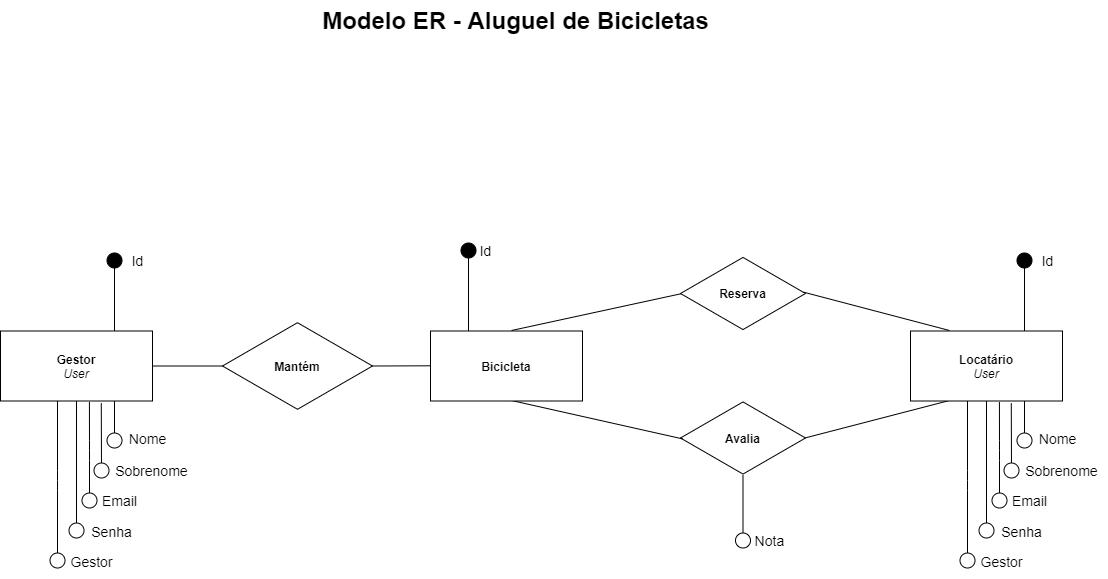
Earlier version of the draw.io export docs/img/diagramas/modelo-er.drawio.png (renemennab/projeto-aluguel-de-bicicleta-mobile). Source tidied: cells renumbered, new cells last; positions are measured from the earlier drawing's top-left corner, leaving out a move shared by most shapes.
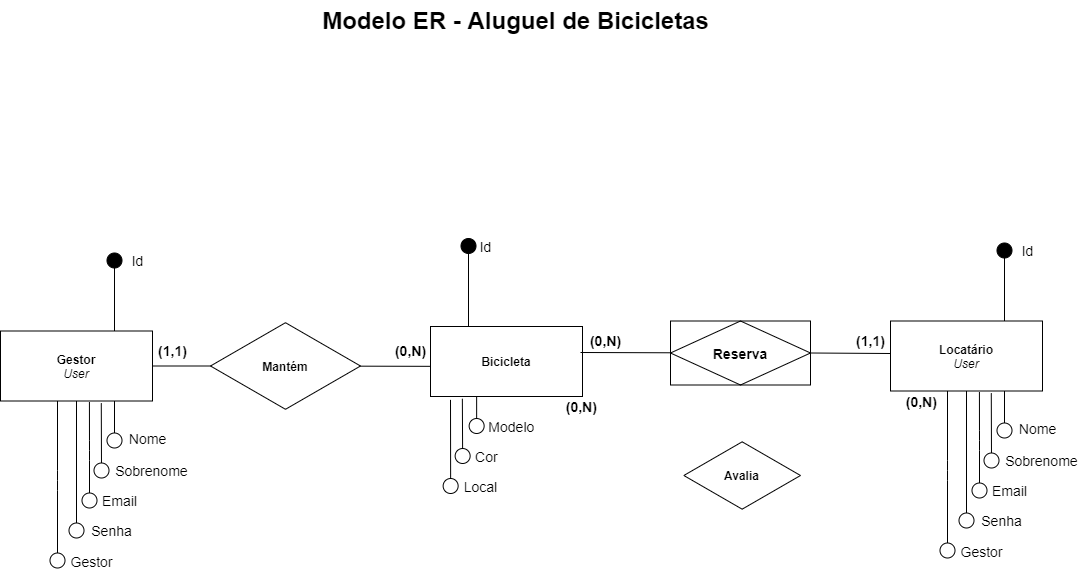
Later version of the same file.

Commit message:
add reserva modelo er

Change to the diagram source:
```diff
@@ -2,43 +2,18 @@
   <root>
     <mxCell id="0" />
     <mxCell id="1" parent="0" />
-    <mxCell id="2" style="edgeStyle=none;html=1;entryX=1;entryY=0.5;entryDx=0;entryDy=0;entryPerimeter=0;endArrow=none;endFill=0;" parent="1" edge="1" target="9">
-      <mxGeometry relative="1" as="geometry">
-        <mxPoint x="442" y="365.2" as="sourcePoint" />
-      </mxGeometry>
-    </mxCell>
-    <mxCell id="3" style="edgeStyle=none;html=1;entryX=0.008;entryY=0.502;entryDx=0;entryDy=0;entryPerimeter=0;endArrow=none;endFill=0;exitX=0.5;exitY=0;exitDx=0;exitDy=0;" parent="1" edge="1" target="10">
-      <mxGeometry relative="1" as="geometry">
-        <mxPoint x="511" y="330" as="sourcePoint" />
-      </mxGeometry>
-    </mxCell>
-    <mxCell id="4" style="edgeStyle=none;html=1;exitX=0.5;exitY=1;exitDx=0;exitDy=0;entryX=0.017;entryY=0.512;entryDx=0;entryDy=0;entryPerimeter=0;endArrow=none;endFill=0;" parent="1" edge="1" target="43">
-      <mxGeometry relative="1" as="geometry">
-        <mxPoint x="511" y="400" as="sourcePoint" />
-      </mxGeometry>
-    </mxCell>
-    <mxCell id="5" style="edgeStyle=none;html=1;entryX=1.002;entryY=0.497;entryDx=0;entryDy=0;entryPerimeter=0;endArrow=none;endFill=0;exitX=0.5;exitY=1;exitDx=0;exitDy=0;" parent="1" edge="1" target="43">
-      <mxGeometry relative="1" as="geometry">
-        <mxPoint x="949" y="400" as="sourcePoint" />
-      </mxGeometry>
-    </mxCell>
-    <mxCell id="6" style="edgeStyle=none;html=1;exitX=0.5;exitY=0;exitDx=0;exitDy=0;endArrow=none;endFill=0;entryX=0.984;entryY=0.482;entryDx=0;entryDy=0;entryPerimeter=0;" parent="1" edge="1" target="10">
-      <mxGeometry relative="1" as="geometry">
-        <mxPoint x="949" y="330" as="sourcePoint" />
-      </mxGeometry>
-    </mxCell>
     <mxCell id="7" value="Modelo ER - Aluguel de Bicicletas" style="text;strokeColor=none;fillColor=none;html=1;fontSize=24;fontStyle=1;verticalAlign=middle;align=center;" parent="1" vertex="1">
       <mxGeometry x="465" width="100" height="40" as="geometry" />
     </mxCell>
-    <mxCell id="8" style="edgeStyle=none;html=1;entryX=1;entryY=0.5;entryDx=0;entryDy=0;endArrow=none;endFill=0;" parent="1" edge="1" source="9" target="22">
+    <mxCell id="8" style="edgeStyle=none;html=1;entryX=1;entryY=0.5;entryDx=0;entryDy=0;fontSize=14;endArrow=none;endFill=0;endSize=15;" parent="1" edge="1" source="9" target="22">
       <mxGeometry relative="1" as="geometry" />
     </mxCell>
+    <mxCell id="48" style="edgeStyle=none;html=1;entryX=0.009;entryY=0.569;entryDx=0;entryDy=0;entryPerimeter=0;fontSize=14;endArrow=none;endFill=0;endSize=15;" parent="1" edge="1" source="9" target="45">
+      <mxGeometry relative="1" as="geometry" />
+    </mxCell>
     <mxCell id="9" value="&lt;b&gt;Mantém&lt;/b&gt;" style="html=1;whiteSpace=wrap;shape=isoRectangle;fillColor=none;strokeColor=default;" parent="1" vertex="1">
-      <mxGeometry x="222" y="320.5" width="150" height="90" as="geometry" />
+      <mxGeometry x="210" y="320.5" width="150" height="90" as="geometry" />
     </mxCell>
-    <mxCell id="10" value="&lt;b&gt;Reserva&lt;/b&gt;" style="html=1;whiteSpace=wrap;shape=isoRectangle;fillColor=none;strokeColor=default;" parent="1" vertex="1">
-      <mxGeometry x="680" y="255.5" width="125" height="75" as="geometry" />
-    </mxCell>
     <mxCell id="11" style="group;" parent="1" vertex="1">
       <mxGeometry y="250" width="197" height="280" as="geometry" />
     </mxCell>
@@ -106,14 +81,14 @@
     <mxCell id="25" value="&amp;nbsp; Email" style="text;html=1;align=center;verticalAlign=middle;strokeColor=none;fillColor=none;fontSize=14;" parent="13" vertex="1">
       <mxGeometry x="85" y="240" width="60" height="20" as="geometry" />
     </mxCell>
+    <mxCell id="49" value="&lt;b&gt;&lt;font style=&quot;font-size: 14px&quot;&gt;(1,1)&lt;/font&gt;&lt;/b&gt;" style="text;html=1;align=center;verticalAlign=middle;strokeColor=none;fillColor=none;fontSize=14;" parent="11" vertex="1">
+      <mxGeometry x="152" y="90" width="40" height="20" as="geometry" />
+    </mxCell>
     <mxCell id="26" style="group;" parent="1" vertex="1">
-      <mxGeometry x="910" y="250" width="197" height="280" as="geometry" />
+      <mxGeometry x="810" y="250" width="277" height="280" as="geometry" />
     </mxCell>
-    <mxCell id="27" value="&amp;nbsp; Sobrenome" style="text;html=1;align=center;verticalAlign=middle;strokeColor=none;fillColor=none;fontSize=14;" parent="26" vertex="1">
-      <mxGeometry x="97" y="210" width="100" height="20" as="geometry" />
-    </mxCell>
     <mxCell id="28" style="group;" parent="26" vertex="1">
-      <mxGeometry width="172" height="280" as="geometry" />
+      <mxGeometry x="80" y="-10" width="197" height="280" as="geometry" />
     </mxCell>
     <mxCell id="29" style="edgeStyle=none;html=1;exitX=0.75;exitY=0;exitDx=0;exitDy=0;endArrow=oval;endFill=1;endSize=15;" parent="28" edge="1" source="37">
       <mxGeometry relative="1" as="geometry">
@@ -173,30 +148,78 @@
     <mxCell id="40" value="&amp;nbsp; Email" style="text;html=1;align=center;verticalAlign=middle;strokeColor=none;fillColor=none;fontSize=14;" parent="28" vertex="1">
       <mxGeometry x="85" y="240" width="60" height="20" as="geometry" />
     </mxCell>
-    <mxCell id="41" style="group;" parent="1" vertex="1">
-      <mxGeometry x="680" y="400" width="125" height="150" as="geometry" />
-    </mxCell>
-    <mxCell id="42" style="edgeStyle=none;html=1;fontSize=14;endArrow=oval;endFill=0;endSize=15;" parent="41" edge="1" source="43">
-      <mxGeometry relative="1" as="geometry">
-        <mxPoint x="62.5" y="140" as="targetPoint" />
-      </mxGeometry>
-    </mxCell>
-    <mxCell id="43" value="&lt;b&gt;Avalia&lt;/b&gt;" style="html=1;whiteSpace=wrap;shape=isoRectangle;fillColor=none;strokeColor=default;" parent="41" vertex="1">
-      <mxGeometry width="125" height="75" as="geometry" />
-    </mxCell>
-    <mxCell id="44" value="&amp;nbsp; Nota" style="text;html=1;align=center;verticalAlign=middle;strokeColor=none;fillColor=none;fontSize=14;" parent="41" vertex="1">
-      <mxGeometry x="60" y="130" width="50" height="20" as="geometry" />
-    </mxCell>
+    <mxCell id="27" value="&amp;nbsp; Sobrenome" style="text;html=1;align=center;verticalAlign=middle;strokeColor=none;fillColor=none;fontSize=14;" parent="28" vertex="1">
+      <mxGeometry x="97" y="210" width="100" height="20" as="geometry" />
+    </mxCell>
+    <mxCell id="50" value="&lt;b&gt;&amp;nbsp; &amp;nbsp;(0,N)&lt;/b&gt;" style="text;html=1;align=center;verticalAlign=middle;strokeColor=none;fillColor=none;fontSize=14;" parent="28" vertex="1">
+      <mxGeometry x="-5" y="150.5" width="60" height="20" as="geometry" />
+    </mxCell>
+    <mxCell id="51" value="&lt;b&gt;(1,1)&lt;/b&gt;" style="text;html=1;align=center;verticalAlign=middle;strokeColor=none;fillColor=none;fontSize=14;" parent="26" vertex="1">
+      <mxGeometry x="40" y="80" width="40" height="20" as="geometry" />
+    </mxCell>
+    <mxCell id="52" style="group;" parent="1" vertex="1">
+      <mxGeometry x="430" y="235.5" width="175" height="260" as="geometry" />
+    </mxCell>
+    <mxCell id="53" style="edgeStyle=none;html=1;exitX=0.5;exitY=1;exitDx=0;exitDy=0;fontSize=14;endArrow=oval;endFill=0;endSize=15;" parent="52" edge="1">
+      <mxGeometry relative="1" as="geometry">
+        <mxPoint x="46.1" y="160.5" as="sourcePoint" />
+        <mxPoint x="46.1" y="190" as="targetPoint" />
+      </mxGeometry>
+    </mxCell>
+    <mxCell id="54" style="edgeStyle=none;html=1;exitX=0.406;exitY=1.032;exitDx=0;exitDy=0;fontSize=14;endArrow=oval;endFill=0;endSize=15;exitPerimeter=0;" parent="52" edge="1">
+      <mxGeometry relative="1" as="geometry">
+        <mxPoint x="31.9" y="162.7" as="sourcePoint" />
+        <mxPoint x="32.1" y="220" as="targetPoint" />
+      </mxGeometry>
+    </mxCell>
+    <mxCell id="55" style="edgeStyle=none;html=1;exitX=0.328;exitY=1.048;exitDx=0;exitDy=0;fontSize=14;endArrow=oval;endFill=0;endSize=15;exitPerimeter=0;" parent="52" edge="1">
+      <mxGeometry relative="1" as="geometry">
+        <mxPoint x="20" y="163.9" as="sourcePoint" />
+        <mxPoint x="20.1" y="250" as="targetPoint" />
+      </mxGeometry>
+    </mxCell>
-    <mxCell id="45" value="&lt;b&gt;Bicicleta&lt;/b&gt;" style="whiteSpace=wrap;html=1;align=center;" parent="1" vertex="1">
-      <mxGeometry x="430" y="330.5" width="152" height="70" as="geometry" />
+    <mxCell id="45" value="&lt;b&gt;Bicicleta&lt;/b&gt;" style="whiteSpace=wrap;html=1;align=center;" parent="52" vertex="1">
+      <mxGeometry y="90.5" width="152" height="70" as="geometry" />
     </mxCell>
-    <mxCell id="46" style="edgeStyle=none;html=1;exitX=0.25;exitY=0;exitDx=0;exitDy=0;endArrow=oval;endFill=1;endSize=15;" parent="1" edge="1" source="45">
+    <mxCell id="46" style="edgeStyle=none;html=1;exitX=0.25;exitY=0;exitDx=0;exitDy=0;endArrow=oval;endFill=1;endSize=15;" parent="52" edge="1" source="45">
       <mxGeometry relative="1" as="geometry">
-        <mxPoint x="468" y="250" as="targetPoint" />
+        <mxPoint x="38" y="10" as="targetPoint" />
       </mxGeometry>
     </mxCell>
-    <mxCell id="47" value="&lt;font style=&quot;font-size: 14px&quot;&gt;Id&lt;/font&gt;" style="text;html=1;align=center;verticalAlign=middle;strokeColor=none;fillColor=none;" parent="1" vertex="1">
-      <mxGeometry x="470" y="240" width="30" height="20" as="geometry" />
+    <mxCell id="47" value="&lt;font style=&quot;font-size: 14px&quot;&gt;Id&lt;/font&gt;" style="text;html=1;align=center;verticalAlign=middle;strokeColor=none;fillColor=none;" parent="52" vertex="1">
+      <mxGeometry x="40" width="30" height="20" as="geometry" />
     </mxCell>
+    <mxCell id="56" value="&amp;nbsp; &amp;nbsp;Modelo" style="text;html=1;align=center;verticalAlign=middle;strokeColor=none;fillColor=none;fontSize=14;" parent="52" vertex="1">
+      <mxGeometry x="40.1" y="180" width="70" height="20" as="geometry" />
+    </mxCell>
+    <mxCell id="57" value="&amp;nbsp; &amp;nbsp;Cor" style="text;html=1;align=center;verticalAlign=middle;strokeColor=none;fillColor=none;fontSize=14;" parent="52" vertex="1">
+      <mxGeometry x="25.1" y="210" width="50" height="20" as="geometry" />
+    </mxCell>
+    <mxCell id="58" value="Local" style="text;html=1;align=center;verticalAlign=middle;strokeColor=none;fillColor=none;fontSize=14;" parent="52" vertex="1">
+      <mxGeometry x="25.1" y="240" width="50" height="20" as="geometry" />
+    </mxCell>
+    <mxCell id="59" value="&lt;b&gt;&amp;nbsp; &amp;nbsp;(0,N)&lt;/b&gt;" style="text;html=1;align=center;verticalAlign=middle;strokeColor=none;fillColor=none;fontSize=14;" parent="52" vertex="1">
+      <mxGeometry x="115" y="160" width="60" height="20" as="geometry" />
+    </mxCell>
+    <mxCell id="60" value="&lt;b&gt;(0,N)&lt;/b&gt;" style="text;html=1;align=center;verticalAlign=middle;strokeColor=none;fillColor=none;fontSize=14;" parent="1" vertex="1">
+      <mxGeometry x="385" y="340" width="50" height="20" as="geometry" />
+    </mxCell>
+    <mxCell id="61" value="&lt;b&gt;(0,N)&lt;/b&gt;" style="text;html=1;align=center;verticalAlign=middle;points=[];strokeColor=none;fillColor=none;fontSize=14;" parent="1" vertex="1">
+      <mxGeometry x="580" y="330" width="50" height="20" as="geometry" />
+    </mxCell>
+    <mxCell id="62" style="edgeStyle=none;html=1;exitX=1;exitY=0.5;exitDx=0;exitDy=0;fontSize=14;endArrow=none;endFill=0;endSize=15;" parent="1" edge="1" source="10">
+      <mxGeometry relative="1" as="geometry">
+        <mxPoint x="890" y="353" as="targetPoint" />
+      </mxGeometry>
+    </mxCell>
+    <mxCell id="63" style="edgeStyle=none;html=1;entryX=0;entryY=1.1;entryDx=0;entryDy=0;entryPerimeter=0;fontSize=14;endArrow=none;endFill=0;endSize=15;" parent="1" edge="1" source="10" target="61">
+      <mxGeometry relative="1" as="geometry" />
+    </mxCell>
+    <mxCell id="10" value="&lt;b&gt;Reserva&lt;/b&gt;" style="shape=associativeEntity;whiteSpace=wrap;html=1;align=center;fontSize=14;strokeColor=default;fillColor=none;" parent="1" vertex="1">
+      <mxGeometry x="670" y="320.5" width="140" height="64" as="geometry" />
+    </mxCell>
+    <mxCell id="43" value="&lt;b&gt;Avalia&lt;/b&gt;" style="html=1;whiteSpace=wrap;shape=isoRectangle;fillColor=none;strokeColor=default;" parent="1" vertex="1">
+      <mxGeometry x="683.3" y="440" width="116.7" height="70" as="geometry" />
+    </mxCell>
   </root>
 </mxGraphModel>
```
